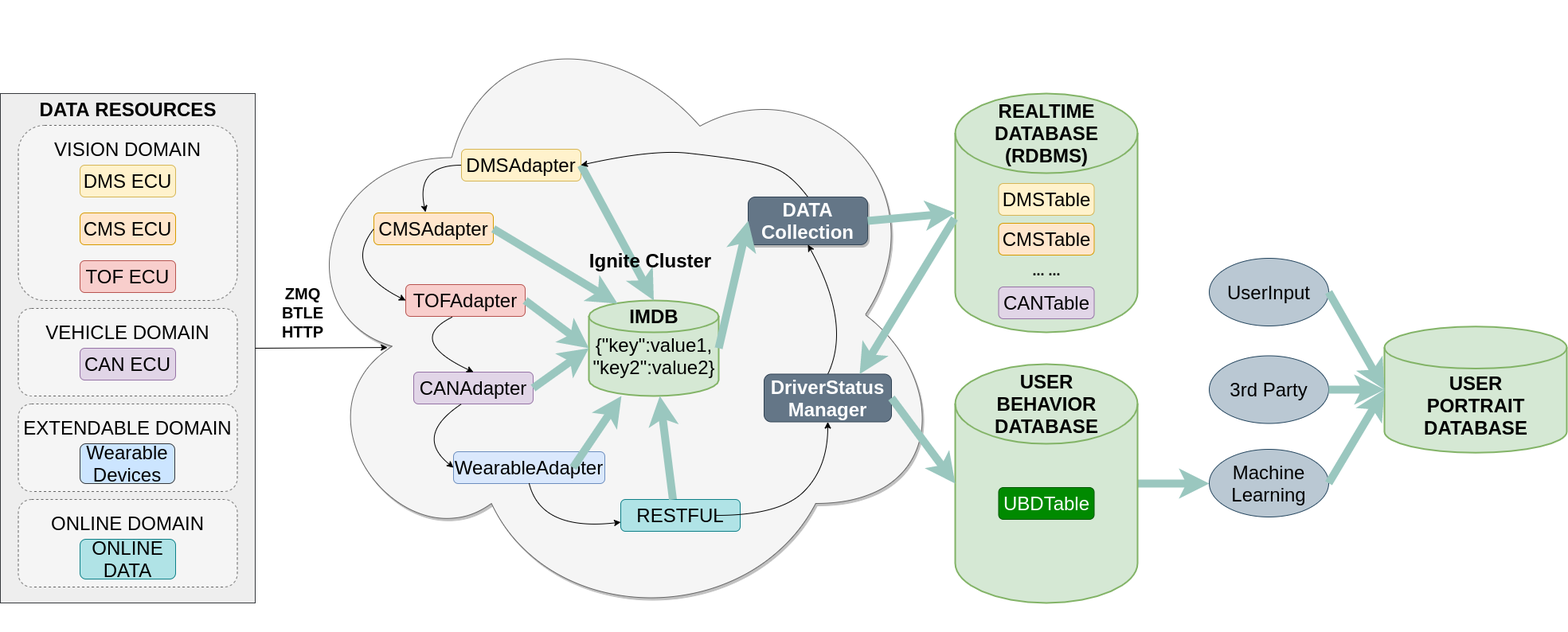
Before: FlowCharts/Patent_data_module.png, a diagram exported from draw.io (rangerzhou/ImageHosting). Source tidied: cells renumbered, new cells last; positions are measured from the earlier drawing's top-left corner, leaving out a move shared by most shapes.
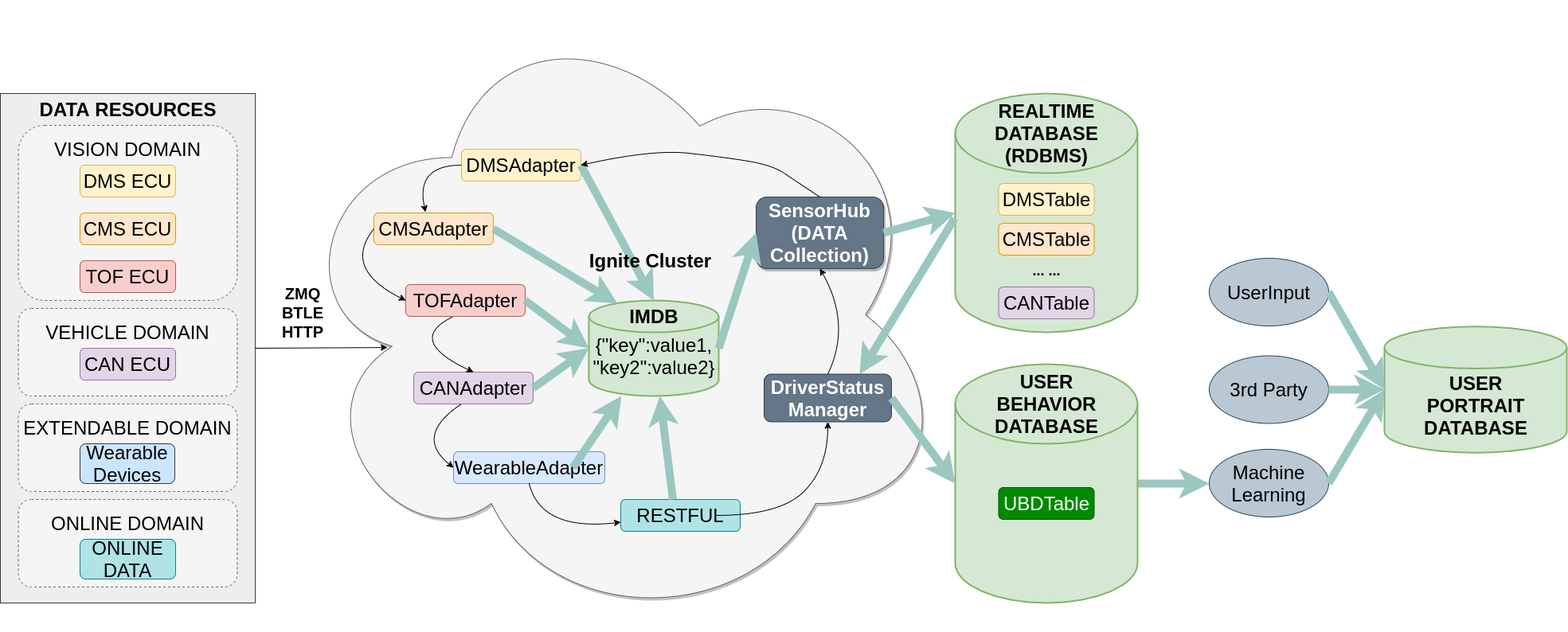
Later version of the same file.

Change to the diagram source:
```diff
@@ -150,8 +150,8 @@
         </Array>
       </mxGeometry>
     </mxCell>
-    <mxCell id="42" value="&lt;font style=&quot;font-size: 24px&quot;&gt;&lt;b&gt;DATA Collection&lt;/b&gt;&lt;/font&gt;" style="rounded=1;whiteSpace=wrap;html=1;shadow=1;strokeColor=#314354;fontColor=#ffffff;fillColor=#647687;" parent="1" vertex="1">
-      <mxGeometry x="939" y="247" width="150" height="60" as="geometry" />
+    <mxCell id="42" value="&lt;font style=&quot;font-size: 24px&quot;&gt;&lt;b&gt;SensorHub&lt;br&gt;(DATA Collection)&lt;/b&gt;&lt;/font&gt;" style="rounded=1;whiteSpace=wrap;html=1;shadow=1;strokeColor=#314354;fontColor=#ffffff;fillColor=#647687;" parent="1" vertex="1">
+      <mxGeometry x="949" y="247" width="160" height="90" as="geometry" />
     </mxCell>
     <mxCell id="43" style="curved=1;endArrow=classic;html=1;exitX=0.5;exitY=0;exitDx=0;exitDy=0;entryX=1;entryY=0.5;entryDx=0;entryDy=0;" parent="1" edge="1" source="42" target="19">
       <mxGeometry relative="1" as="geometry">
```
